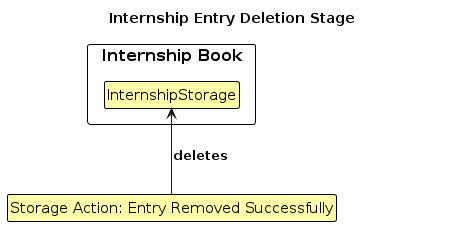
Before: diagrams/DeleteCommandRemove.png, a diagram exported from PlantUML (AY2324S1-CS2103T-W17-1/tp). Its source is kept beside it as diagrams/DeleteCommandRemove.puml.
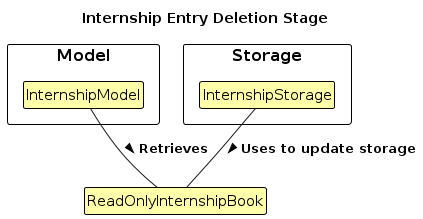
Later version of the same file.

The edit, as a diff of the source:
```diff
@@ -6,18 +6,16 @@
 
 title Internship Entry Deletion Stage
 
-package "Internship Book" {
+package "Model" {
+    class InternshipModel as "InternshipModel"
+}
+
+package "Storage" {
     class InternshipStorage as "InternshipStorage"
 }
 
-class InternshipEntry as "InternshipEntry:\nJane Street, Coffee maker"
-
-InternshipStorage -[hidden]right-> InternshipEntry
-
-hide InternshipEntry
-
-class StorageAction as "Storage Action: Entry Removed Successfully"
-
-StorageAction -up-> InternshipStorage : deletes
+class ReadOnlyInternshipBook as "ReadOnlyInternshipBook"
+ReadOnlyInternshipBook -up- InternshipModel: < Retrieves
+ReadOnlyInternshipBook -up- InternshipStorage : < Uses to update storage
 
 @enduml
```
